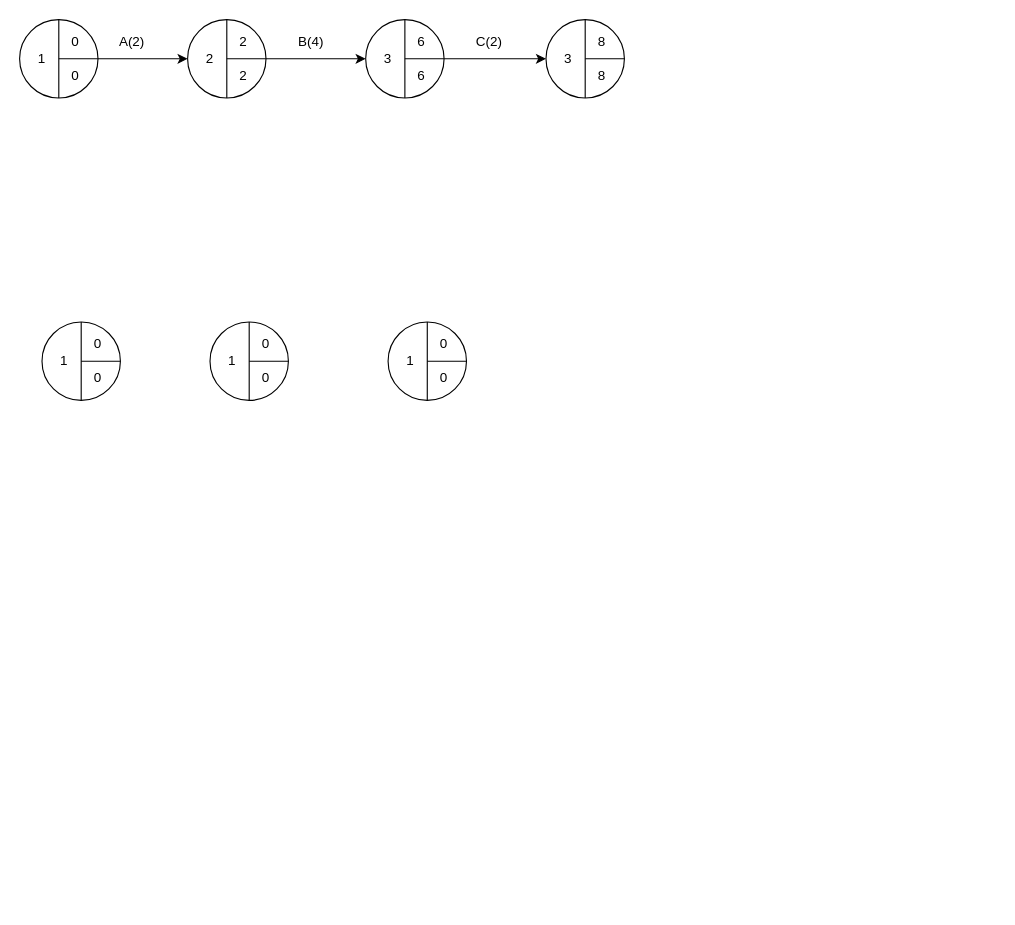
Above: IngenieriaSoftware/Practica2/ej8.drawio in Luchit0-afk/Diagramas (draw.io), before the change. Source tidied: cells renumbered, new cells numbered last; positions are measured from the earlier drawing's top-left corner, leaving out a move shared by most shapes. Both pictures are drawn from the tidied source at 112%, with x=0, y=0 at pixel (19, 19).
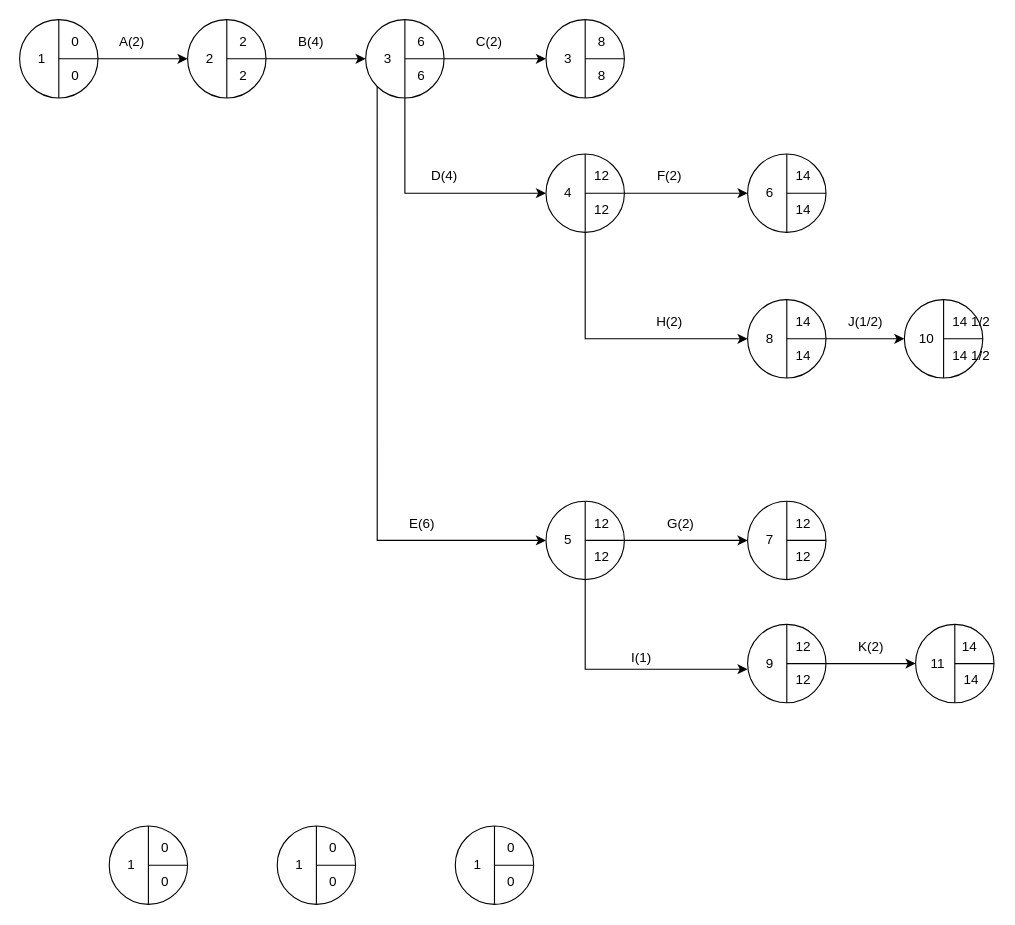
After the change.

Unchanged cells that the change refers to:
```xml
<mxCell id="17" style="ellipse;whiteSpace=wrap;html=1;" parent="1" vertex="1">
  <mxGeometry x="309" width="70" height="70" as="geometry" />
</mxCell>
```

Change to the diagram source:
```diff
@@
+    <mxCell id="50" style="edgeStyle=orthogonalEdgeStyle;rounded=0;jettySize=auto;html=1;exitX=0.5;exitY=1;exitDx=0;exitDy=0;entryX=0;entryY=0.5;entryDx=0;entryDy=0;" parent="1" edge="1" source="17" target="58">
+      <mxGeometry relative="1" as="geometry" />
+    </mxCell>
+    <mxCell id="51" style="edgeStyle=orthogonalEdgeStyle;rounded=0;jettySize=auto;html=1;exitX=0;exitY=1;exitDx=0;exitDy=0;entryX=0;entryY=0.5;entryDx=0;entryDy=0;" parent="1" edge="1" source="17" target="61">
+      <mxGeometry relative="1" as="geometry">
+        <Array as="points">
+          <mxPoint x="319" y="465" />
+        </Array>
+      </mxGeometry>
+    </mxCell>
@@
     <mxCell id="23" style="ellipse;whiteSpace=wrap;html=1;" parent="1" vertex="1">
-      <mxGeometry x="20" y="270" width="70" height="70" as="geometry" />
+      <mxGeometry x="80" y="720" width="70" height="70" as="geometry" />
     </mxCell>
@@
     <mxCell id="25" style="endArrow=none;html=1;exitX=1;exitY=0.5;exitDx=0;exitDy=0;" parent="1" edge="1" source="23">
       <mxGeometry relative="1" as="geometry">
-        <mxPoint x="55" y="305" as="targetPoint" />
+        <mxPoint x="115" y="755" as="targetPoint" />
       </mxGeometry>
     </mxCell>
     <mxCell id="26" value="0" style="text;html=1;strokeColor=none;fillColor=none;align=center;verticalAlign=middle;whiteSpace=wrap;rounded=0;" parent="1" vertex="1">
-      <mxGeometry x="50" y="280" width="40" height="20" as="geometry" />
+      <mxGeometry x="110" y="730" width="40" height="20" as="geometry" />
     </mxCell>
     <mxCell id="27" value="0" style="text;html=1;strokeColor=none;fillColor=none;align=center;verticalAlign=middle;whiteSpace=wrap;rounded=0;" parent="1" vertex="1">
-      <mxGeometry x="50" y="310" width="40" height="20" as="geometry" />
+      <mxGeometry x="110" y="760" width="40" height="20" as="geometry" />
     </mxCell>
     <mxCell id="28" value="1" style="text;html=1;strokeColor=none;fillColor=none;align=center;verticalAlign=middle;whiteSpace=wrap;rounded=0;" parent="1" vertex="1">
-      <mxGeometry x="20" y="295" width="40" height="20" as="geometry" />
+      <mxGeometry x="80" y="745" width="40" height="20" as="geometry" />
     </mxCell>
     <mxCell id="29" style="ellipse;whiteSpace=wrap;html=1;" parent="1" vertex="1">
-      <mxGeometry x="170" y="270" width="70" height="70" as="geometry" />
+      <mxGeometry x="230" y="720" width="70" height="70" as="geometry" />
     </mxCell>
@@
     <mxCell id="31" style="endArrow=none;html=1;exitX=1;exitY=0.5;exitDx=0;exitDy=0;" parent="1" edge="1" source="29">
       <mxGeometry relative="1" as="geometry">
-        <mxPoint x="205" y="305" as="targetPoint" />
+        <mxPoint x="265" y="755" as="targetPoint" />
       </mxGeometry>
     </mxCell>
     <mxCell id="32" value="0" style="text;html=1;strokeColor=none;fillColor=none;align=center;verticalAlign=middle;whiteSpace=wrap;rounded=0;" parent="1" vertex="1">
-      <mxGeometry x="200" y="280" width="40" height="20" as="geometry" />
+      <mxGeometry x="260" y="730" width="40" height="20" as="geometry" />
     </mxCell>
     <mxCell id="33" value="0" style="text;html=1;strokeColor=none;fillColor=none;align=center;verticalAlign=middle;whiteSpace=wrap;rounded=0;" parent="1" vertex="1">
-      <mxGeometry x="200" y="310" width="40" height="20" as="geometry" />
+      <mxGeometry x="260" y="760" width="40" height="20" as="geometry" />
     </mxCell>
     <mxCell id="34" value="1" style="text;html=1;strokeColor=none;fillColor=none;align=center;verticalAlign=middle;whiteSpace=wrap;rounded=0;" parent="1" vertex="1">
-      <mxGeometry x="170" y="295" width="40" height="20" as="geometry" />
+      <mxGeometry x="230" y="745" width="40" height="20" as="geometry" />
     </mxCell>
     <mxCell id="35" style="ellipse;whiteSpace=wrap;html=1;" parent="1" vertex="1">
-      <mxGeometry x="329" y="270" width="70" height="70" as="geometry" />
+      <mxGeometry x="389" y="720" width="70" height="70" as="geometry" />
     </mxCell>
@@
     <mxCell id="37" style="endArrow=none;html=1;exitX=1;exitY=0.5;exitDx=0;exitDy=0;" parent="1" edge="1" source="35">
       <mxGeometry relative="1" as="geometry">
-        <mxPoint x="364" y="305" as="targetPoint" />
+        <mxPoint x="424" y="755" as="targetPoint" />
       </mxGeometry>
     </mxCell>
     <mxCell id="38" value="0" style="text;html=1;strokeColor=none;fillColor=none;align=center;verticalAlign=middle;whiteSpace=wrap;rounded=0;" parent="1" vertex="1">
-      <mxGeometry x="359" y="280" width="40" height="20" as="geometry" />
+      <mxGeometry x="419" y="730" width="40" height="20" as="geometry" />
     </mxCell>
     <mxCell id="39" value="0" style="text;html=1;strokeColor=none;fillColor=none;align=center;verticalAlign=middle;whiteSpace=wrap;rounded=0;" parent="1" vertex="1">
-      <mxGeometry x="359" y="310" width="40" height="20" as="geometry" />
+      <mxGeometry x="419" y="760" width="40" height="20" as="geometry" />
     </mxCell>
     <mxCell id="40" value="1" style="text;html=1;strokeColor=none;fillColor=none;align=center;verticalAlign=middle;whiteSpace=wrap;rounded=0;" parent="1" vertex="1">
-      <mxGeometry x="329" y="295" width="40" height="20" as="geometry" />
+      <mxGeometry x="389" y="745" width="40" height="20" as="geometry" />
     </mxCell>
@@
+    <mxCell id="52" style="edgeStyle=orthogonalEdgeStyle;rounded=0;jettySize=auto;html=1;exitX=1;exitY=0.5;exitDx=0;exitDy=0;entryX=0;entryY=0.5;entryDx=0;entryDy=0;" parent="1" edge="1" source="53" target="74">
+      <mxGeometry relative="1" as="geometry" />
+    </mxCell>
+    <mxCell id="53" style="ellipse;whiteSpace=wrap;html=1;" parent="1" vertex="1">
+      <mxGeometry x="470" y="120" width="70" height="70" as="geometry" />
+    </mxCell>
+    <mxCell id="54" style="endArrow=none;html=1;entryX=0.5;entryY=0;entryDx=0;entryDy=0;exitX=0.5;exitY=1;exitDx=0;exitDy=0;" parent="1" edge="1" source="53" target="53">
+      <mxGeometry relative="1" as="geometry" />
+    </mxCell>
+    <mxCell id="55" style="endArrow=none;html=1;exitX=1;exitY=0.5;exitDx=0;exitDy=0;" parent="1" edge="1" source="53">
+      <mxGeometry relative="1" as="geometry">
+        <mxPoint x="505" y="155" as="targetPoint" />
+      </mxGeometry>
+    </mxCell>
+    <mxCell id="56" value="12" style="text;html=1;strokeColor=none;fillColor=none;align=center;verticalAlign=middle;whiteSpace=wrap;rounded=0;" parent="1" vertex="1">
+      <mxGeometry x="500" y="130" width="40" height="20" as="geometry" />
+    </mxCell>
+    <mxCell id="57" value="12" style="text;html=1;strokeColor=none;fillColor=none;align=center;verticalAlign=middle;whiteSpace=wrap;rounded=0;" parent="1" vertex="1">
+      <mxGeometry x="500" y="160" width="40" height="20" as="geometry" />
+    </mxCell>
+    <mxCell id="58" value="4" style="text;html=1;strokeColor=none;fillColor=none;align=center;verticalAlign=middle;whiteSpace=wrap;rounded=0;" parent="1" vertex="1">
+      <mxGeometry x="470" y="145" width="40" height="20" as="geometry" />
+    </mxCell>
+    <mxCell id="59" style="edgeStyle=orthogonalEdgeStyle;rounded=0;jettySize=auto;html=1;exitX=1;exitY=0.5;exitDx=0;exitDy=0;entryX=0;entryY=0.5;entryDx=0;entryDy=0;" parent="1" edge="1" source="61" target="80">
+      <mxGeometry relative="1" as="geometry" />
+    </mxCell>
+    <mxCell id="60" style="edgeStyle=orthogonalEdgeStyle;rounded=0;jettySize=auto;html=1;exitX=0.5;exitY=1;exitDx=0;exitDy=0;entryX=0;entryY=0.75;entryDx=0;entryDy=0;" parent="1" edge="1" source="61" target="98">
+      <mxGeometry relative="1" as="geometry" />
+    </mxCell>
+    <mxCell id="61" style="ellipse;whiteSpace=wrap;html=1;" parent="1" vertex="1">
+      <mxGeometry x="470" y="430" width="70" height="70" as="geometry" />
+    </mxCell>
+    <mxCell id="62" style="endArrow=none;html=1;entryX=0.5;entryY=0;entryDx=0;entryDy=0;exitX=0.5;exitY=1;exitDx=0;exitDy=0;" parent="1" edge="1" source="61" target="61">
+      <mxGeometry relative="1" as="geometry" />
+    </mxCell>
+    <mxCell id="63" style="endArrow=none;html=1;exitX=1;exitY=0.5;exitDx=0;exitDy=0;" parent="1" edge="1" source="61">
+      <mxGeometry relative="1" as="geometry">
+        <mxPoint x="505" y="465" as="targetPoint" />
+      </mxGeometry>
+    </mxCell>
+    <mxCell id="64" value="12" style="text;html=1;strokeColor=none;fillColor=none;align=center;verticalAlign=middle;whiteSpace=wrap;rounded=0;" parent="1" vertex="1">
+      <mxGeometry x="500" y="440" width="40" height="20" as="geometry" />
+    </mxCell>
+    <mxCell id="65" value="12" style="text;html=1;strokeColor=none;fillColor=none;align=center;verticalAlign=middle;whiteSpace=wrap;rounded=0;" parent="1" vertex="1">
+      <mxGeometry x="500" y="470" width="40" height="20" as="geometry" />
+    </mxCell>
+    <mxCell id="66" value="5" style="text;html=1;strokeColor=none;fillColor=none;align=center;verticalAlign=middle;whiteSpace=wrap;rounded=0;" parent="1" vertex="1">
+      <mxGeometry x="470" y="455" width="40" height="20" as="geometry" />
+    </mxCell>
+    <mxCell id="67" value="D(4)" style="text;html=1;align=center;verticalAlign=middle;strokeColor=none;fillColor=none;rotation=0;" parent="1" vertex="1">
+      <mxGeometry x="359" y="130" width="40" height="20" as="geometry" />
+    </mxCell>
+    <mxCell id="68" value="E(6)" style="text;html=1;align=center;verticalAlign=middle;strokeColor=none;fillColor=none;" parent="1" vertex="1">
+      <mxGeometry x="339" y="440" width="40" height="20" as="geometry" />
+    </mxCell>
+    <mxCell id="69" style="ellipse;whiteSpace=wrap;html=1;" parent="1" vertex="1">
+      <mxGeometry x="650" y="120" width="70" height="70" as="geometry" />
+    </mxCell>
+    <mxCell id="70" style="endArrow=none;html=1;entryX=0.5;entryY=0;entryDx=0;entryDy=0;exitX=0.5;exitY=1;exitDx=0;exitDy=0;" parent="1" edge="1" source="69" target="69">
+      <mxGeometry relative="1" as="geometry" />
+    </mxCell>
+    <mxCell id="71" style="endArrow=none;html=1;exitX=1;exitY=0.5;exitDx=0;exitDy=0;" parent="1" edge="1" source="69">
+      <mxGeometry relative="1" as="geometry">
+        <mxPoint x="685" y="155" as="targetPoint" />
+      </mxGeometry>
+    </mxCell>
+    <mxCell id="72" value="14" style="text;html=1;strokeColor=none;fillColor=none;align=center;verticalAlign=middle;whiteSpace=wrap;rounded=0;" parent="1" vertex="1">
+      <mxGeometry x="680" y="130" width="40" height="20" as="geometry" />
+    </mxCell>
+    <mxCell id="73" value="14" style="text;html=1;strokeColor=none;fillColor=none;align=center;verticalAlign=middle;whiteSpace=wrap;rounded=0;" parent="1" vertex="1">
+      <mxGeometry x="680" y="160" width="40" height="20" as="geometry" />
+    </mxCell>
+    <mxCell id="74" value="6" style="text;html=1;strokeColor=none;fillColor=none;align=center;verticalAlign=middle;whiteSpace=wrap;rounded=0;" parent="1" vertex="1">
+      <mxGeometry x="650" y="145" width="40" height="20" as="geometry" />
+    </mxCell>
+    <mxCell id="75" style="ellipse;whiteSpace=wrap;html=1;" parent="1" vertex="1">
+      <mxGeometry x="650" y="430" width="70" height="70" as="geometry" />
+    </mxCell>
+    <mxCell id="76" style="endArrow=none;html=1;entryX=0.5;entryY=0;entryDx=0;entryDy=0;exitX=0.5;exitY=1;exitDx=0;exitDy=0;" parent="1" edge="1" source="75" target="75">
+      <mxGeometry relative="1" as="geometry" />
+    </mxCell>
+    <mxCell id="77" style="endArrow=none;html=1;exitX=1;exitY=0.5;exitDx=0;exitDy=0;" parent="1" edge="1" source="75">
+      <mxGeometry relative="1" as="geometry">
+        <mxPoint x="685" y="465" as="targetPoint" />
+      </mxGeometry>
+    </mxCell>
+    <mxCell id="78" value="12" style="text;html=1;strokeColor=none;fillColor=none;align=center;verticalAlign=middle;whiteSpace=wrap;rounded=0;" parent="1" vertex="1">
+      <mxGeometry x="680" y="440" width="40" height="20" as="geometry" />
+    </mxCell>
+    <mxCell id="79" value="12" style="text;html=1;strokeColor=none;fillColor=none;align=center;verticalAlign=middle;whiteSpace=wrap;rounded=0;" parent="1" vertex="1">
+      <mxGeometry x="680" y="470" width="40" height="20" as="geometry" />
+    </mxCell>
+    <mxCell id="80" value="7" style="text;html=1;strokeColor=none;fillColor=none;align=center;verticalAlign=middle;whiteSpace=wrap;rounded=0;" parent="1" vertex="1">
+      <mxGeometry x="650" y="455" width="40" height="20" as="geometry" />
+    </mxCell>
+    <mxCell id="81" value="F(2)" style="text;html=1;align=center;verticalAlign=middle;strokeColor=none;fillColor=none;" parent="1" vertex="1">
+      <mxGeometry x="560" y="130" width="40" height="20" as="geometry" />
+    </mxCell>
+    <mxCell id="82" value="G(2)" style="text;html=1;align=center;verticalAlign=middle;strokeColor=none;fillColor=none;" parent="1" vertex="1">
+      <mxGeometry x="570" y="440" width="40" height="20" as="geometry" />
+    </mxCell>
+    <mxCell id="83" style="edgeStyle=orthogonalEdgeStyle;rounded=0;jettySize=auto;html=1;exitX=0.5;exitY=1;exitDx=0;exitDy=0;entryX=0;entryY=0.5;entryDx=0;entryDy=0;" parent="1" edge="1" source="53" target="90">
+      <mxGeometry relative="1" as="geometry" />
+    </mxCell>
+    <mxCell id="84" style="edgeStyle=orthogonalEdgeStyle;rounded=0;jettySize=auto;html=1;exitX=1;exitY=0.5;exitDx=0;exitDy=0;entryX=0;entryY=0.5;entryDx=0;entryDy=0;" parent="1" edge="1" source="85" target="105">
+      <mxGeometry relative="1" as="geometry" />
+    </mxCell>
+    <mxCell id="85" style="ellipse;whiteSpace=wrap;html=1;" parent="1" vertex="1">
+      <mxGeometry x="650" y="250" width="70" height="70" as="geometry" />
+    </mxCell>
+    <mxCell id="86" style="endArrow=none;html=1;entryX=0.5;entryY=0;entryDx=0;entryDy=0;exitX=0.5;exitY=1;exitDx=0;exitDy=0;" parent="1" edge="1" source="85" target="85">
+      <mxGeometry relative="1" as="geometry" />
+    </mxCell>
+    <mxCell id="87" style="endArrow=none;html=1;exitX=1;exitY=0.5;exitDx=0;exitDy=0;" parent="1" edge="1" source="85">
+      <mxGeometry relative="1" as="geometry">
+        <mxPoint x="685" y="285" as="targetPoint" />
+      </mxGeometry>
+    </mxCell>
+    <mxCell id="88" value="14" style="text;html=1;strokeColor=none;fillColor=none;align=center;verticalAlign=middle;whiteSpace=wrap;rounded=0;" parent="1" vertex="1">
+      <mxGeometry x="680" y="260" width="40" height="20" as="geometry" />
+    </mxCell>
+    <mxCell id="89" value="14" style="text;html=1;strokeColor=none;fillColor=none;align=center;verticalAlign=middle;whiteSpace=wrap;rounded=0;" parent="1" vertex="1">
+      <mxGeometry x="680" y="290" width="40" height="20" as="geometry" />
+    </mxCell>
+    <mxCell id="90" value="8" style="text;html=1;strokeColor=none;fillColor=none;align=center;verticalAlign=middle;whiteSpace=wrap;rounded=0;" parent="1" vertex="1">
+      <mxGeometry x="650" y="275" width="40" height="20" as="geometry" />
+    </mxCell>
+    <mxCell id="91" value="H(2)" style="text;html=1;align=center;verticalAlign=middle;strokeColor=none;fillColor=none;" parent="1" vertex="1">
+      <mxGeometry x="560" y="260" width="40" height="20" as="geometry" />
+    </mxCell>
+    <mxCell id="92" style="edgeStyle=orthogonalEdgeStyle;rounded=0;jettySize=auto;html=1;exitX=1;exitY=0.5;exitDx=0;exitDy=0;entryX=0;entryY=0.5;entryDx=0;entryDy=0;" parent="1" edge="1" source="93" target="112">
+      <mxGeometry relative="1" as="geometry" />
+    </mxCell>
+    <mxCell id="93" style="ellipse;whiteSpace=wrap;html=1;" parent="1" vertex="1">
+      <mxGeometry x="650" y="540" width="70" height="70" as="geometry" />
+    </mxCell>
+    <mxCell id="94" style="endArrow=none;html=1;entryX=0.5;entryY=0;entryDx=0;entryDy=0;exitX=0.5;exitY=1;exitDx=0;exitDy=0;" parent="1" edge="1" source="93" target="93">
+      <mxGeometry relative="1" as="geometry" />
+    </mxCell>
+    <mxCell id="95" style="endArrow=none;html=1;exitX=1;exitY=0.5;exitDx=0;exitDy=0;" parent="1" edge="1" source="93">
+      <mxGeometry relative="1" as="geometry">
+        <mxPoint x="685" y="575" as="targetPoint" />
+      </mxGeometry>
+    </mxCell>
+    <mxCell id="96" value="12" style="text;html=1;strokeColor=none;fillColor=none;align=center;verticalAlign=middle;whiteSpace=wrap;rounded=0;" parent="1" vertex="1">
+      <mxGeometry x="680" y="550" width="40" height="20" as="geometry" />
+    </mxCell>
+    <mxCell id="97" value="12" style="text;html=1;strokeColor=none;fillColor=none;align=center;verticalAlign=middle;whiteSpace=wrap;rounded=0;" parent="1" vertex="1">
+      <mxGeometry x="680" y="580" width="40" height="20" as="geometry" />
+    </mxCell>
+    <mxCell id="98" value="9" style="text;html=1;strokeColor=none;fillColor=none;align=center;verticalAlign=middle;whiteSpace=wrap;rounded=0;" parent="1" vertex="1">
+      <mxGeometry x="650" y="565" width="40" height="20" as="geometry" />
+    </mxCell>
+    <mxCell id="99" value="I(1)" style="text;html=1;align=center;verticalAlign=middle;strokeColor=none;fillColor=none;" parent="1" vertex="1">
+      <mxGeometry x="540" y="560" width="30" height="20" as="geometry" />
+    </mxCell>
+    <mxCell id="100" style="ellipse;whiteSpace=wrap;html=1;" parent="1" vertex="1">
+      <mxGeometry x="790" y="250" width="70" height="70" as="geometry" />
+    </mxCell>
+    <mxCell id="101" style="endArrow=none;html=1;entryX=0.5;entryY=0;entryDx=0;entryDy=0;exitX=0.5;exitY=1;exitDx=0;exitDy=0;" parent="1" edge="1" source="100" target="100">
+      <mxGeometry relative="1" as="geometry" />
+    </mxCell>
+    <mxCell id="102" style="endArrow=none;html=1;exitX=1;exitY=0.5;exitDx=0;exitDy=0;" parent="1" edge="1" source="100">
+      <mxGeometry relative="1" as="geometry">
+        <mxPoint x="825" y="285" as="targetPoint" />
+      </mxGeometry>
+    </mxCell>
+    <mxCell id="103" value="14 1/2" style="text;html=1;strokeColor=none;fillColor=none;align=center;verticalAlign=middle;whiteSpace=wrap;rounded=0;" parent="1" vertex="1">
+      <mxGeometry x="830" y="260" width="40" height="20" as="geometry" />
+    </mxCell>
+    <mxCell id="104" value="14 1/2" style="text;html=1;strokeColor=none;fillColor=none;align=center;verticalAlign=middle;whiteSpace=wrap;rounded=0;" parent="1" vertex="1">
+      <mxGeometry x="830" y="290" width="40" height="20" as="geometry" />
+    </mxCell>
+    <mxCell id="105" value="10" style="text;html=1;strokeColor=none;fillColor=none;align=center;verticalAlign=middle;whiteSpace=wrap;rounded=0;" parent="1" vertex="1">
+      <mxGeometry x="790" y="275" width="40" height="20" as="geometry" />
+    </mxCell>
+    <mxCell id="106" value="J(1/2)" style="text;html=1;align=center;verticalAlign=middle;strokeColor=none;fillColor=none;" parent="1" vertex="1">
+      <mxGeometry x="730" y="260" width="50" height="20" as="geometry" />
+    </mxCell>
+    <mxCell id="107" style="ellipse;whiteSpace=wrap;html=1;" parent="1" vertex="1">
+      <mxGeometry x="800" y="540" width="70" height="70" as="geometry" />
+    </mxCell>
+    <mxCell id="108" style="endArrow=none;html=1;entryX=0.5;entryY=0;entryDx=0;entryDy=0;exitX=0.5;exitY=1;exitDx=0;exitDy=0;" parent="1" edge="1" source="107" target="107">
+      <mxGeometry relative="1" as="geometry" />
+    </mxCell>
+    <mxCell id="109" style="endArrow=none;html=1;exitX=1;exitY=0.5;exitDx=0;exitDy=0;" parent="1" edge="1" source="107">
+      <mxGeometry relative="1" as="geometry">
+        <mxPoint x="835" y="575" as="targetPoint" />
+      </mxGeometry>
+    </mxCell>
+    <mxCell id="110" value="14&amp;nbsp;" style="text;html=1;strokeColor=none;fillColor=none;align=center;verticalAlign=middle;whiteSpace=wrap;rounded=0;" parent="1" vertex="1">
+      <mxGeometry x="830" y="550" width="40" height="20" as="geometry" />
+    </mxCell>
+    <mxCell id="111" value="14" style="text;html=1;strokeColor=none;fillColor=none;align=center;verticalAlign=middle;whiteSpace=wrap;rounded=0;" parent="1" vertex="1">
+      <mxGeometry x="830" y="580" width="40" height="20" as="geometry" />
+    </mxCell>
+    <mxCell id="112" value="11" style="text;html=1;strokeColor=none;fillColor=none;align=center;verticalAlign=middle;whiteSpace=wrap;rounded=0;" parent="1" vertex="1">
+      <mxGeometry x="800" y="565" width="40" height="20" as="geometry" />
+    </mxCell>
+    <mxCell id="113" value="K(2)" style="text;html=1;align=center;verticalAlign=middle;strokeColor=none;fillColor=none;" parent="1" vertex="1">
+      <mxGeometry x="740" y="550" width="40" height="20" as="geometry" />
+    </mxCell>
```
